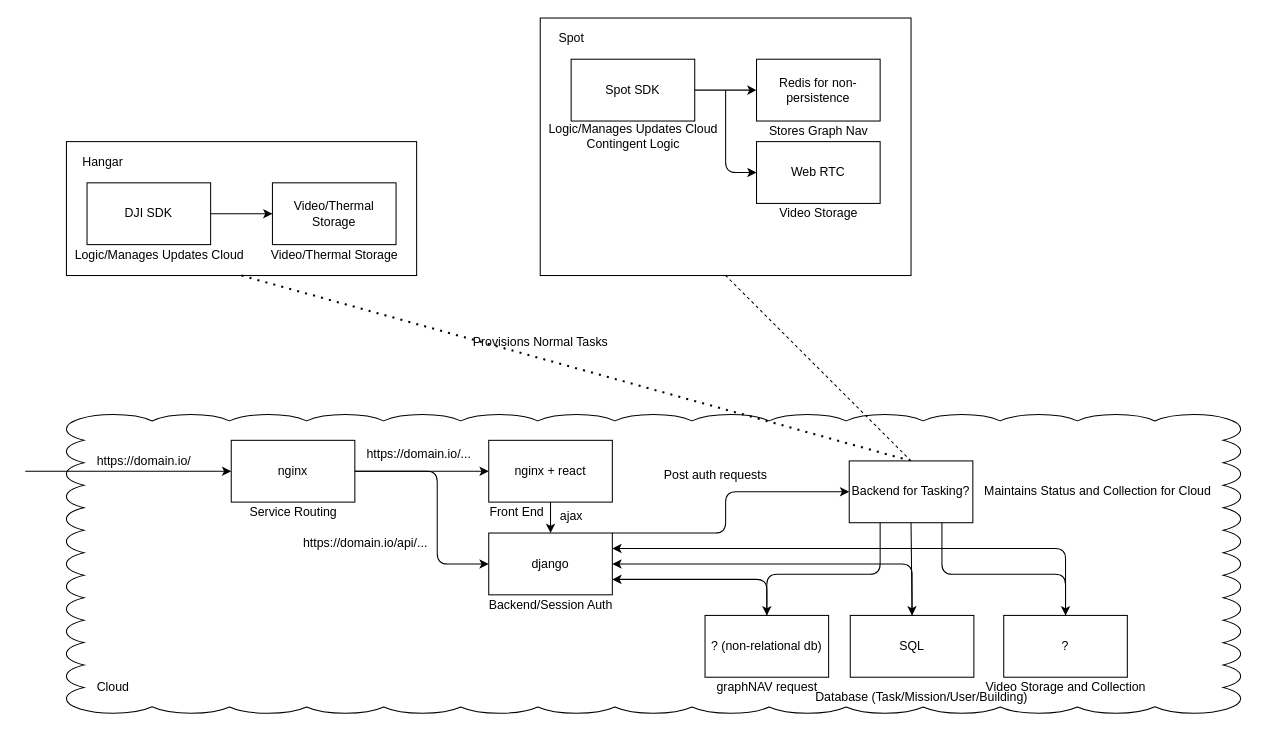
The draw.io diagram Service Structure.drawio in Interaze/OnTheSpot, before the edit. Source tidied: cells renumbered, new cells numbered last; positions are measured from the earlier drawing's top-left corner, leaving out a move shared by most shapes. Both pictures are drawn from the tidied source at 103%, with x=0, y=0 at pixel (25, 18).
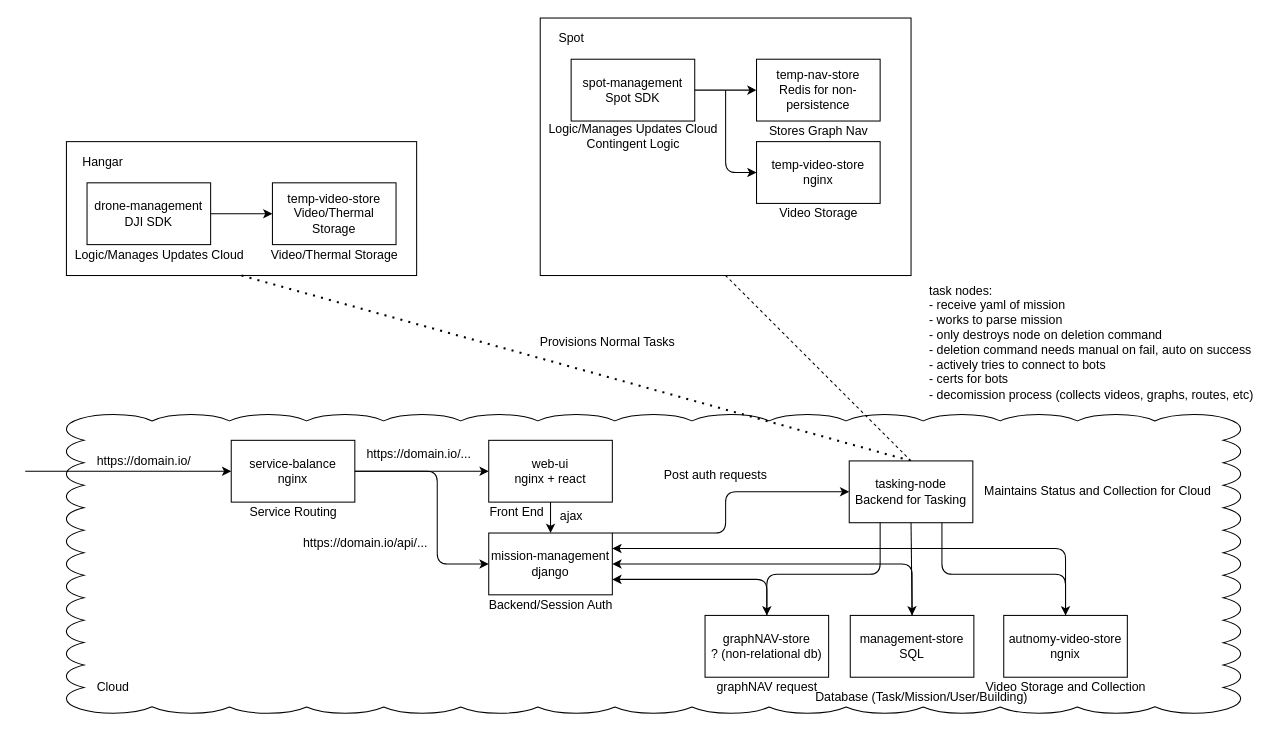
Above is the later version.

Diff of the diagram source:
```diff
@@
-    <mxCell id="4" value="DJI SDK" style="rounded=0;whiteSpace=wrap;html=1;" parent="1" vertex="1">
+    <mxCell id="4" value="drone-management&lt;br&gt;DJI SDK" style="rounded=0;whiteSpace=wrap;html=1;" parent="1" vertex="1">
       <mxGeometry x="60" y="160" width="120" height="60" as="geometry" />
     </mxCell>
@@
-    <mxCell id="6" value="nginx" style="rounded=0;whiteSpace=wrap;html=1;" parent="1" vertex="1">
+    <mxCell id="6" value="service-balance&lt;br&gt;nginx" style="rounded=0;whiteSpace=wrap;html=1;" parent="1" vertex="1">
       <mxGeometry x="200" y="410" width="120" height="60" as="geometry" />
     </mxCell>
@@
-    <mxCell id="8" value="django" style="rounded=0;whiteSpace=wrap;html=1;" parent="1" vertex="1">
+    <mxCell id="8" value="mission-management&lt;br&gt;django" style="rounded=0;whiteSpace=wrap;html=1;" parent="1" vertex="1">
       <mxGeometry x="450" y="500" width="120" height="60" as="geometry" />
     </mxCell>
@@
-    <mxCell id="12" value="nginx + react" style="rounded=0;whiteSpace=wrap;html=1;" parent="1" vertex="1">
+    <mxCell id="12" value="web-ui&lt;br&gt;nginx + react" style="rounded=0;whiteSpace=wrap;html=1;" parent="1" vertex="1">
       <mxGeometry x="450" y="410" width="120" height="60" as="geometry" />
     </mxCell>
@@
-    <mxCell id="16" value="? (non-relational db)" style="rounded=0;whiteSpace=wrap;html=1;" parent="1" vertex="1">
+    <mxCell id="16" value="graphNAV-store&lt;br&gt;? (non-relational db)" style="rounded=0;whiteSpace=wrap;html=1;" parent="1" vertex="1">
       <mxGeometry x="660" y="580" width="120" height="60" as="geometry" />
     </mxCell>
@@
-    <mxCell id="18" value="SQL" style="rounded=0;whiteSpace=wrap;html=1;" parent="1" vertex="1">
+    <mxCell id="18" value="management-store&lt;br&gt;SQL" style="rounded=0;whiteSpace=wrap;html=1;" parent="1" vertex="1">
       <mxGeometry x="801" y="580" width="120" height="60" as="geometry" />
     </mxCell>
@@
-    <mxCell id="22" value="?" style="rounded=0;whiteSpace=wrap;html=1;" parent="1" vertex="1">
+    <mxCell id="22" value="autnomy-video-store&lt;br&gt;ngnix" style="rounded=0;whiteSpace=wrap;html=1;" parent="1" vertex="1">
       <mxGeometry x="950" y="580" width="120" height="60" as="geometry" />
     </mxCell>
@@
-    <mxCell id="27" value="Spot SDK" style="rounded=0;whiteSpace=wrap;html=1;" parent="1" vertex="1">
+    <mxCell id="27" value="spot-management&lt;br&gt;Spot SDK" style="rounded=0;whiteSpace=wrap;html=1;" parent="1" vertex="1">
       <mxGeometry x="530" y="40" width="120" height="60" as="geometry" />
     </mxCell>
@@
     <mxCell id="31" value="Provisions Normal Tasks" style="text;html=1;align=center;verticalAlign=middle;" parent="1" vertex="1">
-      <mxGeometry x="425" y="305" width="150" height="20" as="geometry" />
+      <mxGeometry x="490" y="305" width="150" height="20" as="geometry" />
     </mxCell>
-    <mxCell id="32" value="Web RTC" style="rounded=0;whiteSpace=wrap;html=1;" parent="1" vertex="1">
+    <mxCell id="32" value="temp-video-store&lt;br&gt;nginx" style="rounded=0;whiteSpace=wrap;html=1;" parent="1" vertex="1">
       <mxGeometry x="710" y="120" width="120" height="60" as="geometry" />
     </mxCell>
-    <mxCell id="33" value="Redis for non-persistence" style="rounded=0;whiteSpace=wrap;html=1;" parent="1" vertex="1">
+    <mxCell id="33" value="temp-nav-store&lt;br&gt;Redis for non-persistence" style="rounded=0;whiteSpace=wrap;html=1;" parent="1" vertex="1">
       <mxGeometry x="710" y="40" width="120" height="60" as="geometry" />
     </mxCell>
@@
-    <mxCell id="36" value="Video/Thermal Storage" style="rounded=0;whiteSpace=wrap;html=1;" parent="1" vertex="1">
+    <mxCell id="36" value="temp-video-store&lt;br&gt;Video/Thermal Storage" style="rounded=0;whiteSpace=wrap;html=1;" parent="1" vertex="1">
       <mxGeometry x="240" y="160" width="120" height="60" as="geometry" />
     </mxCell>
@@
-    <mxCell id="47" value="Backend for Tasking?" style="rounded=0;whiteSpace=wrap;html=1;" parent="1" vertex="1">
+    <mxCell id="47" value="tasking-node&lt;br&gt;Backend for Tasking" style="rounded=0;whiteSpace=wrap;html=1;" parent="1" vertex="1">
       <mxGeometry x="800" y="430" width="120" height="60" as="geometry" />
     </mxCell>
@@
+    <mxCell id="54" value="task nodes:&lt;br&gt;- receive yaml of mission&lt;br&gt;- works to parse mission&lt;br&gt;- only destroys node on deletion command&lt;br&gt;- deletion command needs manual on fail, auto on success&lt;br&gt;- actively tries to connect to bots&lt;br&gt;- certs for bots&lt;br&gt;- decomission process (collects videos, graphs, routes, etc)" style="text;html=1;align=left;verticalAlign=middle;" parent="1" vertex="1">
+      <mxGeometry x="876" y="255" width="330" height="120" as="geometry" />
+    </mxCell>
```
